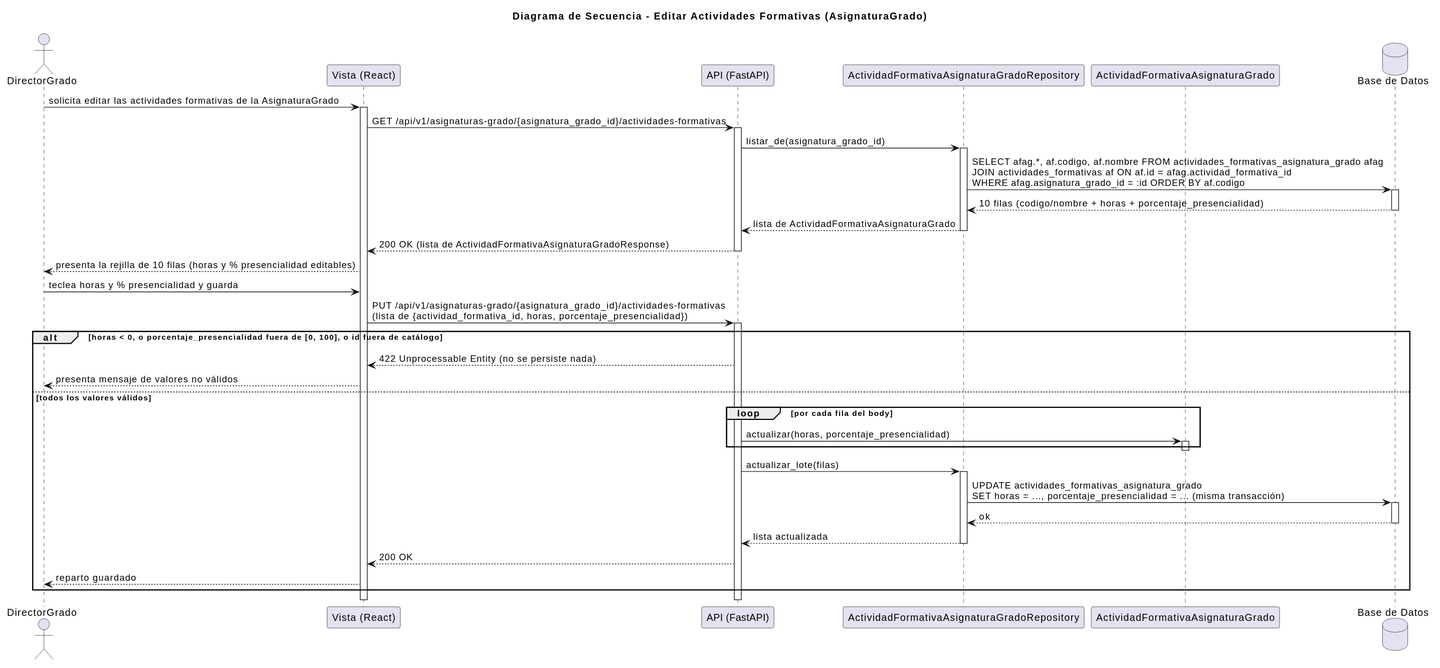
Earlier version of the PlantUML export images/RUP/03-diseño/casos-uso/editarActividadesFormativasAsignaturaPrograma/secuencia.svg (mmasias/pyCeldaPublico). Source of this version:
```plantuml
@startuml
title Diagrama de Secuencia - Editar Actividades Formativas (AsignaturaGrado)

actor "DirectorGrado" as DirectorGrado
participant "Vista (React)" as Vista
participant "API (FastAPI)" as API
participant "ActividadFormativaAsignaturaGradoRepository" as Repo
participant "ActividadFormativaAsignaturaGrado" as AFAG
database "Base de Datos" as DB

DirectorGrado -> Vista: solicita editar las actividades formativas de la AsignaturaGrado
activate Vista
Vista -> API: GET /api/v1/asignaturas-grado/{asignatura_grado_id}/actividades-formativas
activate API
API -> Repo: listar_de(asignatura_grado_id)
activate Repo
Repo -> DB: SELECT afag.*, af.codigo, af.nombre FROM actividades_formativas_asignatura_grado afag\nJOIN actividades_formativas af ON af.id = afag.actividad_formativa_id\nWHERE afag.asignatura_grado_id = :id ORDER BY af.codigo
activate DB
DB --> Repo: 10 filas (codigo/nombre + horas + porcentaje_presencialidad)
deactivate DB
Repo --> API: lista de ActividadFormativaAsignaturaGrado
deactivate Repo
API --> Vista: 200 OK (lista de ActividadFormativaAsignaturaGradoResponse)
deactivate API
Vista --> DirectorGrado: presenta la rejilla de 10 filas (horas y % presencialidad editables)

DirectorGrado -> Vista: teclea horas y % presencialidad y guarda
Vista -> API: PUT /api/v1/asignaturas-grado/{asignatura_grado_id}/actividades-formativas\n(lista de {actividad_formativa_id, horas, porcentaje_presencialidad})
activate API
alt horas < 0, o porcentaje_presencialidad fuera de [0, 100], o id fuera de catálogo
    API --> Vista: 422 Unprocessable Entity (no se persiste nada)
    Vista --> DirectorGrado: presenta mensaje de valores no válidos
else todos los valores válidos
    loop por cada fila del body
        API -> AFAG: actualizar(horas, porcentaje_presencialidad)
        activate AFAG
        deactivate AFAG
    end
    API -> Repo: actualizar_lote(filas)
    activate Repo
    Repo -> DB: UPDATE actividades_formativas_asignatura_grado\nSET horas = ..., porcentaje_presencialidad = ... (misma transacción)
    activate DB
    DB --> Repo: ok
    deactivate DB
    Repo --> API: lista actualizada
    deactivate Repo
    API --> Vista: 200 OK
    Vista --> DirectorGrado: reparto guardado
end
deactivate API
deactivate Vista
@enduml
```
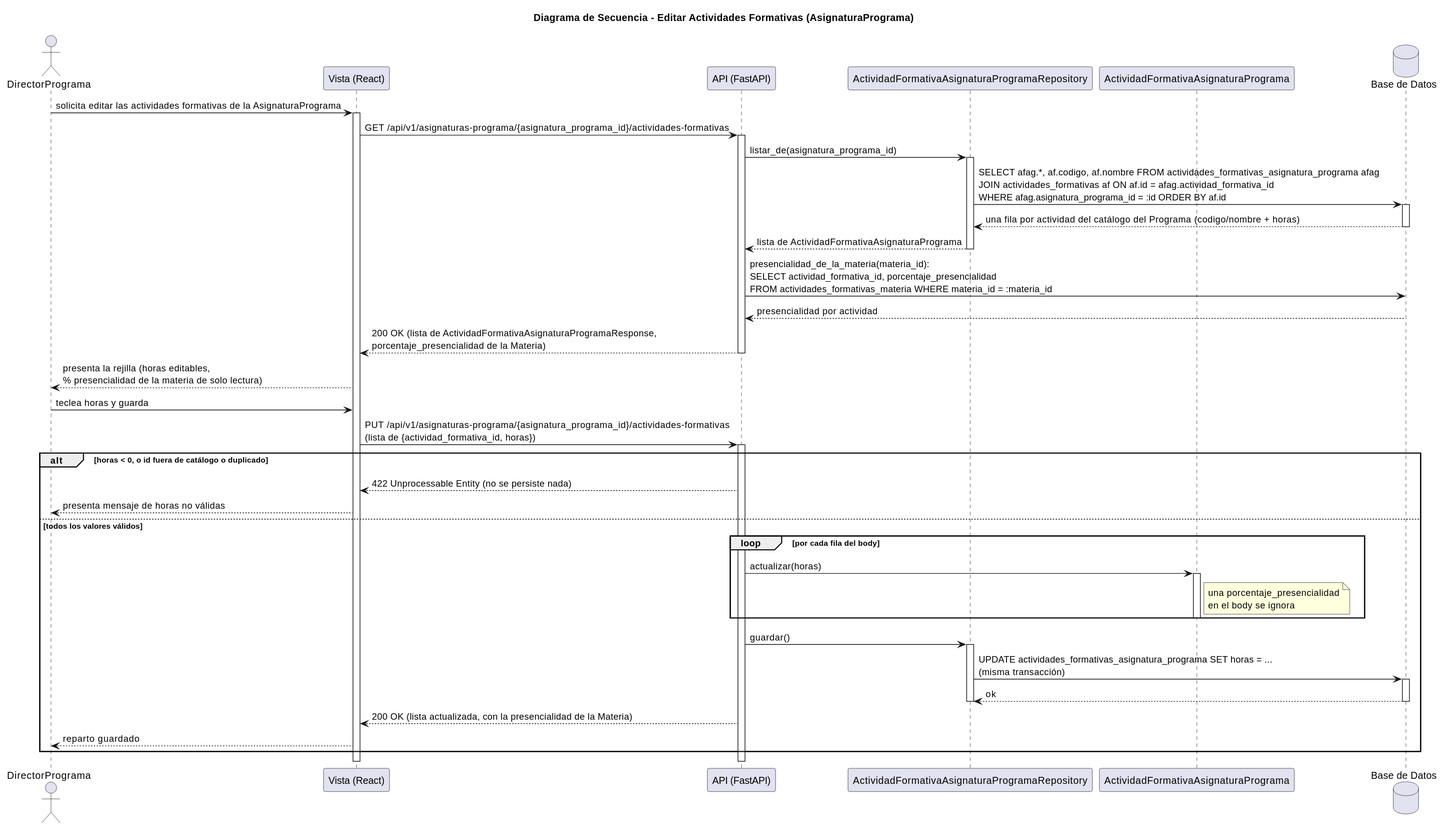
After the commit.

Change to the diagram source:
```diff
@@ -1,51 +1,53 @@
 @startuml
-title Diagrama de Secuencia - Editar Actividades Formativas (AsignaturaGrado)
+title Diagrama de Secuencia - Editar Actividades Formativas (AsignaturaPrograma)
 
-actor "DirectorGrado" as DirectorGrado
+actor "DirectorPrograma" as DirectorPrograma
 participant "Vista (React)" as Vista
 participant "API (FastAPI)" as API
-participant "ActividadFormativaAsignaturaGradoRepository" as Repo
-participant "ActividadFormativaAsignaturaGrado" as AFAG
+participant "ActividadFormativaAsignaturaProgramaRepository" as Repo
+participant "ActividadFormativaAsignaturaPrograma" as AFAG
 database "Base de Datos" as DB
 
-DirectorGrado -> Vista: solicita editar las actividades formativas de la AsignaturaGrado
+DirectorPrograma -> Vista: solicita editar las actividades formativas de la AsignaturaPrograma
 activate Vista
-Vista -> API: GET /api/v1/asignaturas-grado/{asignatura_grado_id}/actividades-formativas
+Vista -> API: GET /api/v1/asignaturas-programa/{asignatura_programa_id}/actividades-formativas
 activate API
-API -> Repo: listar_de(asignatura_grado_id)
+API -> Repo: listar_de(asignatura_programa_id)
 activate Repo
-Repo -> DB: SELECT afag.*, af.codigo, af.nombre FROM actividades_formativas_asignatura_grado afag\nJOIN actividades_formativas af ON af.id = afag.actividad_formativa_id\nWHERE afag.asignatura_grado_id = :id ORDER BY af.codigo
+Repo -> DB: SELECT afag.*, af.codigo, af.nombre FROM actividades_formativas_asignatura_programa afag\nJOIN actividades_formativas af ON af.id = afag.actividad_formativa_id\nWHERE afag.asignatura_programa_id = :id ORDER BY af.id
 activate DB
-DB --> Repo: 10 filas (codigo/nombre + horas + porcentaje_presencialidad)
+DB --> Repo: una fila por actividad del catálogo del Programa (codigo/nombre + horas)
 deactivate DB
-Repo --> API: lista de ActividadFormativaAsignaturaGrado
+Repo --> API: lista de ActividadFormativaAsignaturaPrograma
 deactivate Repo
-API --> Vista: 200 OK (lista de ActividadFormativaAsignaturaGradoResponse)
+API -> DB: presencialidad_de_la_materia(materia_id):\nSELECT actividad_formativa_id, porcentaje_presencialidad\nFROM actividades_formativas_materia WHERE materia_id = :materia_id
+DB --> API: presencialidad por actividad
+API --> Vista: 200 OK (lista de ActividadFormativaAsignaturaProgramaResponse,\nporcentaje_presencialidad de la Materia)
 deactivate API
-Vista --> DirectorGrado: presenta la rejilla de 10 filas (horas y % presencialidad editables)
+Vista --> DirectorPrograma: presenta la rejilla (horas editables,\n% presencialidad de la materia de solo lectura)
 
-DirectorGrado -> Vista: teclea horas y % presencialidad y guarda
-Vista -> API: PUT /api/v1/asignaturas-grado/{asignatura_grado_id}/actividades-formativas\n(lista de {actividad_formativa_id, horas, porcentaje_presencialidad})
+DirectorPrograma -> Vista: teclea horas y guarda
+Vista -> API: PUT /api/v1/asignaturas-programa/{asignatura_programa_id}/actividades-formativas\n(lista de {actividad_formativa_id, horas})
 activate API
-alt horas < 0, o porcentaje_presencialidad fuera de [0, 100], o id fuera de catálogo
+alt horas < 0, o id fuera de catálogo o duplicado
     API --> Vista: 422 Unprocessable Entity (no se persiste nada)
-    Vista --> DirectorGrado: presenta mensaje de valores no válidos
+    Vista --> DirectorPrograma: presenta mensaje de horas no válidas
 else todos los valores válidos
     loop por cada fila del body
-        API -> AFAG: actualizar(horas, porcentaje_presencialidad)
+        API -> AFAG: actualizar(horas)
         activate AFAG
+        note right of AFAG: una porcentaje_presencialidad\nen el body se ignora
         deactivate AFAG
     end
-    API -> Repo: actualizar_lote(filas)
+    API -> Repo: guardar()
     activate Repo
-    Repo -> DB: UPDATE actividades_formativas_asignatura_grado\nSET horas = ..., porcentaje_presencialidad = ... (misma transacción)
+    Repo -> DB: UPDATE actividades_formativas_asignatura_programa SET horas = ...\n(misma transacción)
     activate DB
     DB --> Repo: ok
     deactivate DB
-    Repo --> API: lista actualizada
     deactivate Repo
-    API --> Vista: 200 OK
-    Vista --> DirectorGrado: reparto guardado
+    API --> Vista: 200 OK (lista actualizada, con la presencialidad de la Materia)
+    Vista --> DirectorPrograma: reparto guardado
 end
 deactivate API
 deactivate Vista
```
